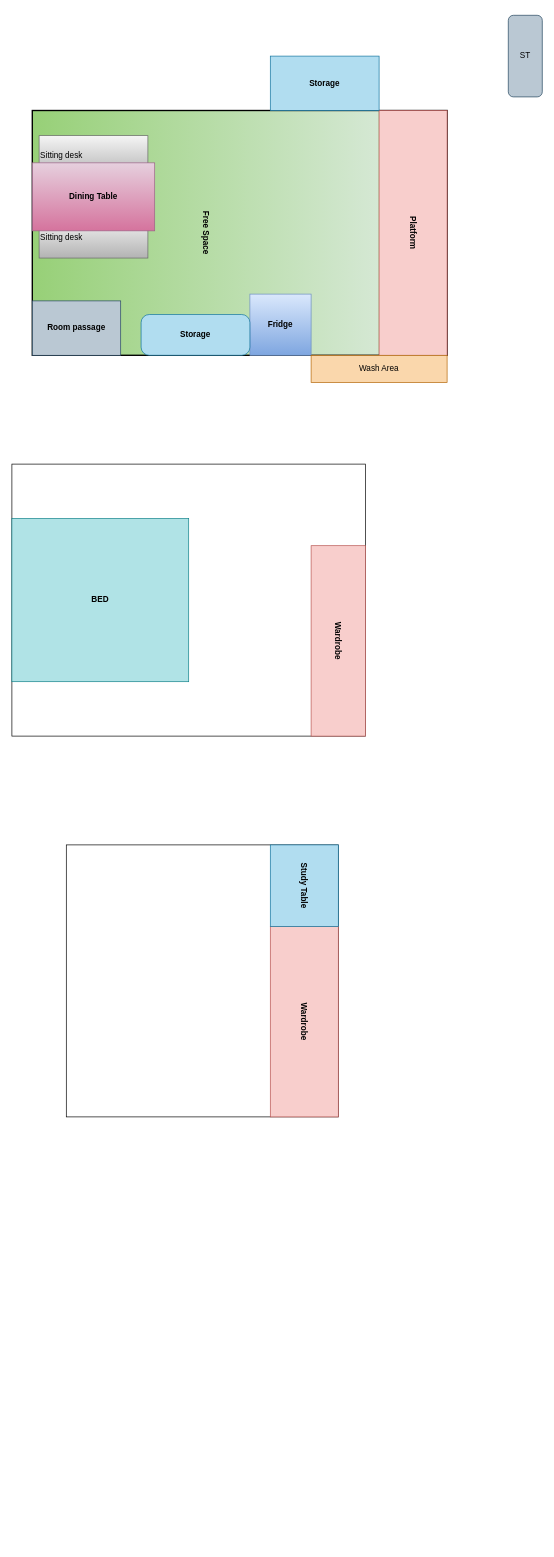
This is images/kitchen_plan_1.drawio from priyank6796/taxcalculator, a draw.io file, before an edit. Source tidied: cells renumbered, new cells numbered last; positions are measured from the earlier drawing's top-left corner, leaving out a move shared by most shapes. Both pictures are drawn from the tidied source at 68%, with x=0, y=0 at pixel (12, 15).
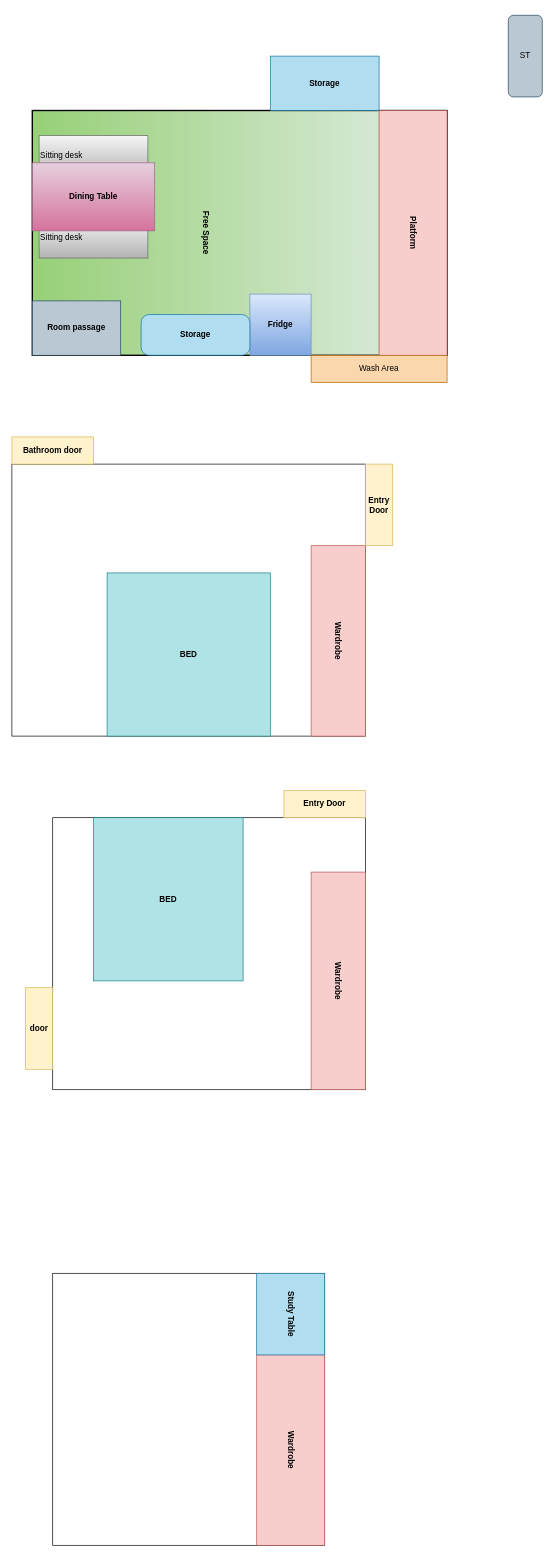
The same page after the edit.

Change to the diagram source:
```diff
@@
     <mxCell id="4" value="&lt;b&gt;BED&lt;/b&gt;" style="rounded=0;whiteSpace=wrap;html=1;fillColor=#b0e3e6;strokeColor=#0e8088;" parent="1" vertex="1">
-      <mxGeometry y="740" width="260" height="240" as="geometry" />
+      <mxGeometry x="140" y="820" width="240" height="240" as="geometry" />
     </mxCell>
@@
     <mxCell id="6" style="rounded=0;whiteSpace=wrap;html=1;fillColor=none;" parent="1" vertex="1">
-      <mxGeometry x="80" y="1220" width="400" height="400" as="geometry" />
+      <mxGeometry x="60" y="1850" width="400" height="400" as="geometry" />
     </mxCell>
     <mxCell id="7" value="&lt;b&gt;Wardrobe&lt;/b&gt;" style="rounded=0;whiteSpace=wrap;html=1;rotation=90;fillColor=#f8cecc;strokeColor=#b85450;" parent="1" vertex="1">
-      <mxGeometry x="290" y="1430" width="280" height="100" as="geometry" />
+      <mxGeometry x="270" y="2060" width="280" height="100" as="geometry" />
     </mxCell>
     <mxCell id="8" value="&lt;b&gt;Study Table&lt;/b&gt;" style="rounded=0;whiteSpace=wrap;html=1;rotation=90;fillColor=#b1ddf0;strokeColor=#10739e;" parent="1" vertex="1">
-      <mxGeometry x="370" y="1230" width="120" height="100" as="geometry" />
+      <mxGeometry x="350" y="1860" width="120" height="100" as="geometry" />
     </mxCell>
@@
+    <mxCell id="22" value="&lt;b&gt;Entry Door&lt;/b&gt;" style="rounded=0;whiteSpace=wrap;html=1;direction=south;fillColor=#fff2cc;strokeColor=#d6b656;" parent="1" vertex="1">
+      <mxGeometry x="520" y="660" width="40" height="120" as="geometry" />
+    </mxCell>
+    <mxCell id="23" value="&lt;b&gt;Bathroom door&lt;/b&gt;" style="rounded=0;whiteSpace=wrap;html=1;direction=west;fillColor=#fff2cc;strokeColor=#d6b656;" parent="1" vertex="1">
+      <mxGeometry y="620" width="120" height="40" as="geometry" />
+    </mxCell>
+    <mxCell id="24" style="rounded=0;whiteSpace=wrap;html=1;fillColor=none;" parent="1" vertex="1">
+      <mxGeometry x="60" y="1180" width="460" height="400" as="geometry" />
+    </mxCell>
+    <mxCell id="25" value="&lt;b&gt;BED&lt;/b&gt;" style="rounded=0;whiteSpace=wrap;html=1;fillColor=#b0e3e6;strokeColor=#0e8088;" parent="1" vertex="1">
+      <mxGeometry x="120" y="1180" width="220" height="240" as="geometry" />
+    </mxCell>
+    <mxCell id="26" value="&lt;b&gt;Wardrobe&lt;/b&gt;" style="rounded=0;whiteSpace=wrap;html=1;rotation=90;fillColor=#f8cecc;strokeColor=#b85450;" parent="1" vertex="1">
+      <mxGeometry x="320" y="1380" width="320" height="80" as="geometry" />
+    </mxCell>
+    <mxCell id="27" value="&lt;b&gt;Entry Door&lt;/b&gt;" style="rounded=0;whiteSpace=wrap;html=1;direction=west;fillColor=#fff2cc;strokeColor=#d6b656;" parent="1" vertex="1">
+      <mxGeometry x="400" y="1140" width="120" height="40" as="geometry" />
+    </mxCell>
+    <mxCell id="28" value="&lt;b&gt;door&lt;/b&gt;" style="rounded=0;whiteSpace=wrap;html=1;direction=north;fillColor=#fff2cc;strokeColor=#d6b656;" parent="1" vertex="1">
+      <mxGeometry x="20" y="1430" width="40" height="120" as="geometry" />
+    </mxCell>
```
